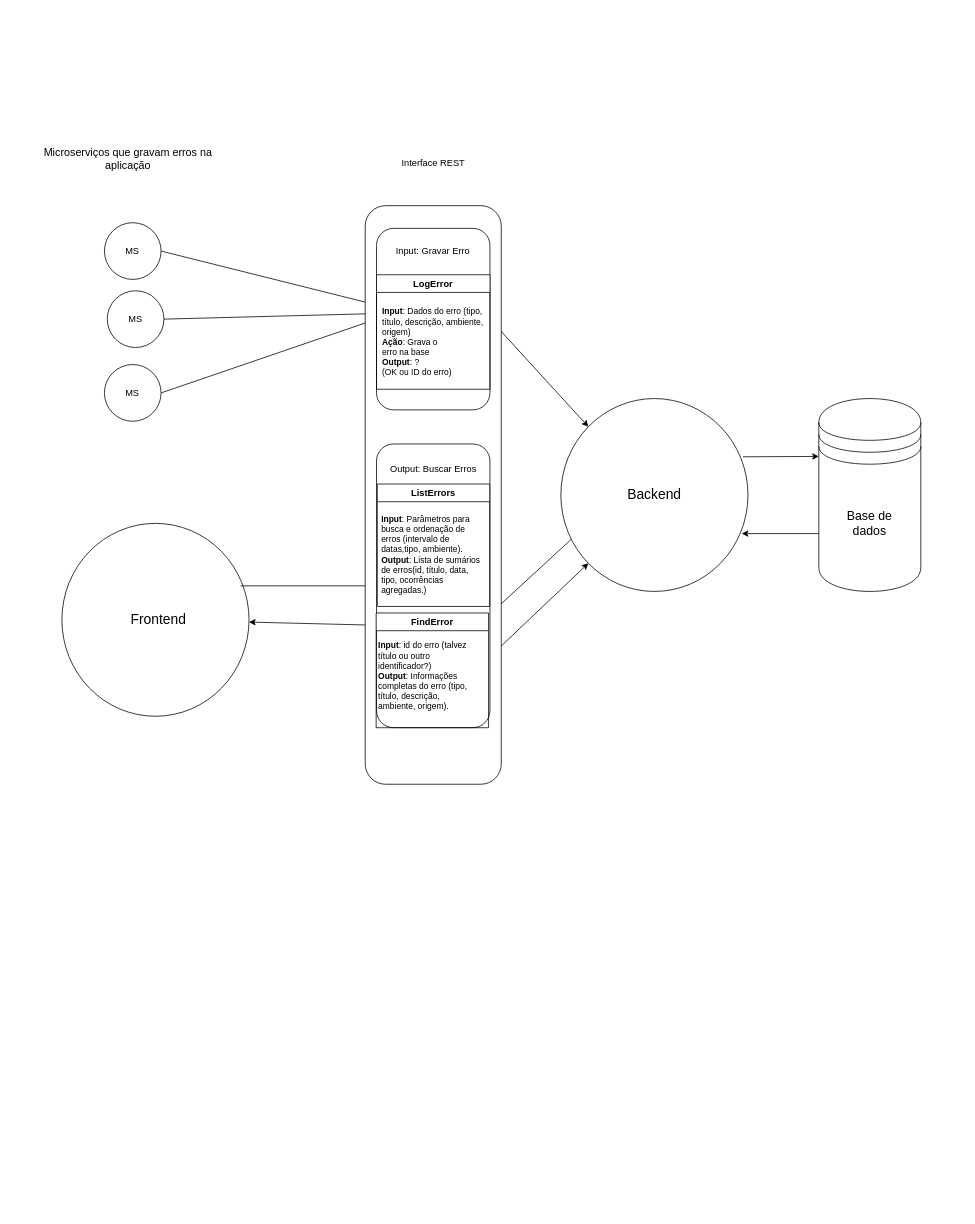
Above: errorlogger/src/docs/diagrama.drawio in codenation-dev/squad-3-ad-java-softplan-1 (draw.io), before the change. Source tidied: cells renumbered, new cells numbered last; positions are measured from the earlier drawing's top-left corner, leaving out a move shared by most shapes. Both pictures are drawn from the tidied source at 77%, with x=0, y=0 at pixel (13, 13).
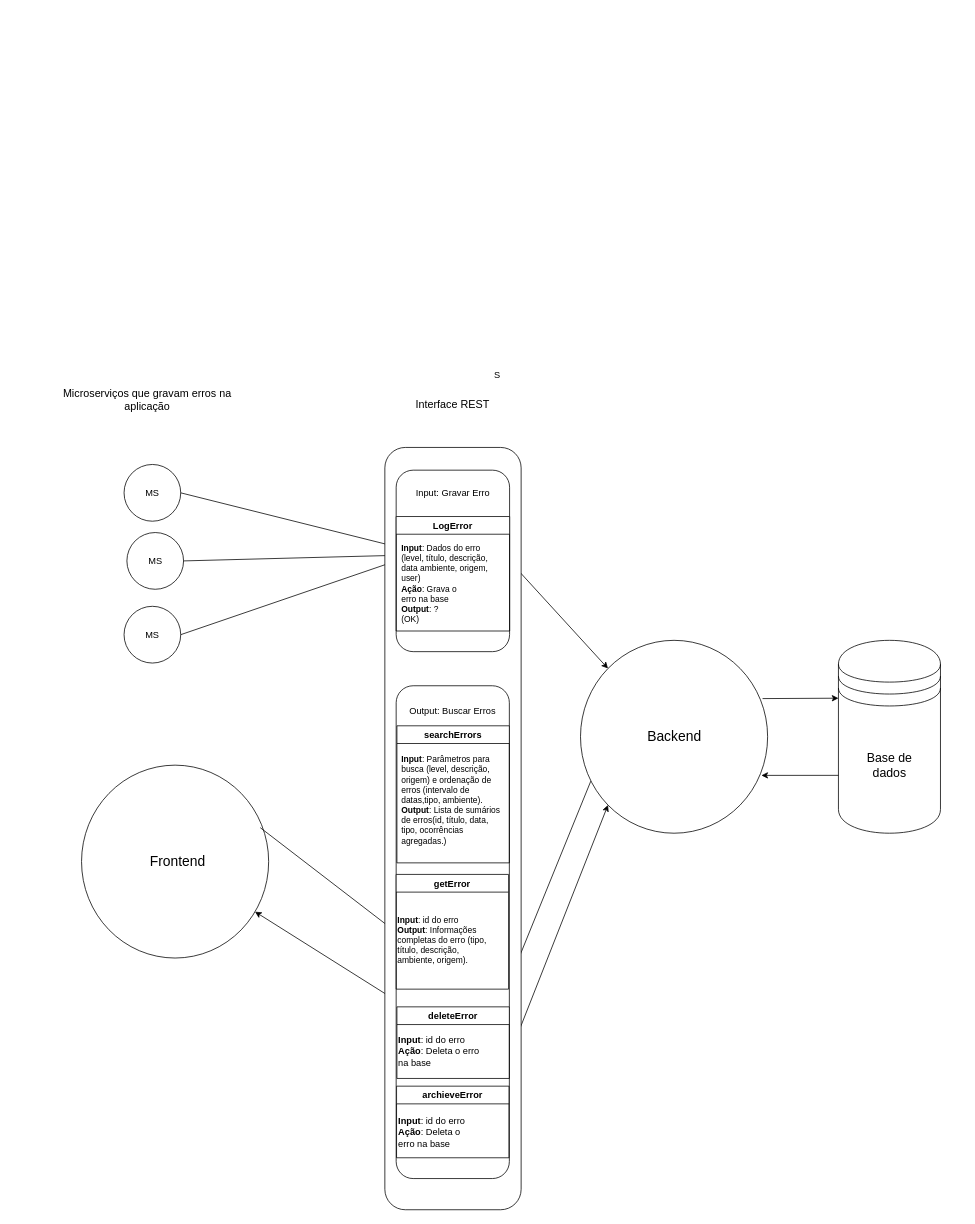
Above is the later version.

Commit message (it also covers changes not shown here):
Specify further API methods outline. Update documentation diagram.

Diff of the diagram source:
```diff
@@
     <mxCell id="2" style="group;" parent="1" vertex="1">
-      <mxGeometry x="1" width="1205" height="1043" as="geometry" />
+      <mxGeometry x="1" width="1205" height="1239.7" as="geometry" />
     </mxCell>
     <mxCell id="3" style="group;" parent="2" vertex="1">
-      <mxGeometry x="50" y="159" width="1155" height="884" as="geometry" />
+      <mxGeometry x="50" y="159" width="1155" height="1080.6" as="geometry" />
     </mxCell>
     <mxCell id="4" style="group;" parent="3" vertex="1">
-      <mxGeometry width="1155" height="884" as="geometry" />
+      <mxGeometry width="1155" height="1080.6" as="geometry" />
     </mxCell>
     <mxCell id="5" style="group;" parent="4" vertex="1">
-      <mxGeometry width="1155" height="884" as="geometry" />
+      <mxGeometry width="1155" height="1080.6" as="geometry" />
     </mxCell>
     <mxCell id="6" style="group;" parent="5" vertex="1">
-      <mxGeometry width="1155" height="870" as="geometry" />
+      <mxGeometry width="1155" height="1080.6" as="geometry" />
     </mxCell>
-    <mxCell id="7" style="group;" parent="6" vertex="1">
-      <mxGeometry x="-51" y="-17" width="1206" height="887" as="geometry" />
+    <mxCell id="7" value="S" style="group;" parent="6" vertex="1">
+      <mxGeometry x="-25.5" y="297" width="1206" height="1097.6" as="geometry" />
     </mxCell>
     <mxCell id="8" style="group;" parent="7" vertex="1">
-      <mxGeometry x="16.5" y="4.5" width="1161.9" height="854.6" as="geometry" />
+      <mxGeometry x="16.5" y="4.5" width="1161.9" height="1093.1" as="geometry" />
     </mxCell>
     <mxCell id="9" style="group;" parent="8" vertex="1">
-      <mxGeometry width="1161.9" height="854.6" as="geometry" />
+      <mxGeometry width="1161.9" height="1093.1" as="geometry" />
     </mxCell>
     <mxCell id="10" style="group;" parent="9" vertex="1">
-      <mxGeometry width="1161.9" height="854.6" as="geometry" />
+      <mxGeometry width="1161.9" height="1093.1" as="geometry" />
     </mxCell>
@@
-    <mxCell id="47" value="&lt;div&gt;Interface REST&lt;/div&gt;" style="text;html=1;strokeColor=none;fillColor=none;align=center;verticalAlign=middle;whiteSpace=wrap;rounded=0;" parent="10" vertex="1">
+    <mxCell id="47" value="&lt;div style=&quot;font-size: 14px&quot;&gt;Interface REST&lt;/div&gt;" style="text;html=1;strokeColor=none;fillColor=none;align=center;verticalAlign=middle;whiteSpace=wrap;rounded=0;" parent="10" vertex="1">
       <mxGeometry x="462.4" y="22.1" width="132.5" height="51.6" as="geometry" />
     </mxCell>
     <mxCell id="48" style="group;" parent="10" vertex="1">
-      <mxGeometry x="440.3" y="103.1" width="268.5" height="751.4" as="geometry" />
+      <mxGeometry x="440.3" y="103.1" width="655.7" height="990" as="geometry" />
     </mxCell>
-    <mxCell id="49" style="rounded=1;whiteSpace=wrap;html=1;" parent="48" vertex="1">
-      <mxGeometry width="176.7" height="751.4" as="geometry" />
+    <mxCell id="49" style="rounded=1;whiteSpace=wrap;html=1;fillColor=#ffffff;" parent="48" vertex="1">
+      <mxGeometry width="177" height="990" as="geometry" />
     </mxCell>
     <mxCell id="50" style="group;" parent="48" vertex="1">
-      <mxGeometry x="14.7" y="29.5" width="253.7" height="648.3" as="geometry" />
+      <mxGeometry x="14.7" y="29.5" width="640.9" height="920" as="geometry" />
     </mxCell>
@@
     <mxCell id="52" style="rounded=1;whiteSpace=wrap;html=1;" parent="50" vertex="1">
-      <mxGeometry y="280" width="147.3" height="368.4" as="geometry" />
+      <mxGeometry y="280" width="147" height="640" as="geometry" />
     </mxCell>
@@
-    <mxCell id="56" value="ListErrors" style="swimlane;" parent="50" vertex="1">
-      <mxGeometry x="1" y="332" width="146" height="159" as="geometry" />
+    <mxCell id="56" value="searchErrors" style="swimlane;" parent="50" vertex="1">
+      <mxGeometry x="1" y="332" width="146" height="178" as="geometry" />
     </mxCell>
-    <mxCell id="57" value="&lt;div style=&quot;font-size: 11px&quot; align=&quot;left&quot;&gt;&lt;font style=&quot;font-size: 11px&quot;&gt;&lt;b&gt;Input&lt;/b&gt;: Parâmetros para busca e ordenação de erros (intervalo de datas,tipo, ambiente).&lt;/font&gt;&lt;/div&gt;&lt;div style=&quot;font-size: 11px&quot; align=&quot;left&quot;&gt;&lt;font style=&quot;font-size: 11px&quot;&gt;&lt;b&gt;Output&lt;/b&gt;: Lista de sumários de erros(id, título, data, tipo, ocorrências agregadas.)&lt;br&gt;&lt;/font&gt; &lt;/div&gt;" style="text;html=1;strokeColor=none;fillColor=none;align=left;verticalAlign=middle;whiteSpace=wrap;rounded=0;" parent="56" vertex="1">
-      <mxGeometry x="3.5" y="32.5" width="138" height="119" as="geometry" />
+    <mxCell id="57" value="&lt;div style=&quot;font-size: 11px&quot; align=&quot;left&quot;&gt;&lt;font style=&quot;font-size: 11px&quot;&gt;&lt;b&gt;Input&lt;/b&gt;: Parâmetros para busca (level, descrição, origem) e ordenação de erros (intervalo de datas,tipo, ambiente).&lt;/font&gt;&lt;/div&gt;&lt;div style=&quot;font-size: 11px&quot; align=&quot;left&quot;&gt;&lt;font style=&quot;font-size: 11px&quot;&gt;&lt;b&gt;Output&lt;/b&gt;: Lista de sumários de erros(id, título, data, tipo, ocorrências agregadas.)&lt;br&gt;&lt;/font&gt; &lt;/div&gt;" style="text;html=1;strokeColor=none;fillColor=none;align=left;verticalAlign=middle;whiteSpace=wrap;rounded=0;" parent="56" vertex="1">
+      <mxGeometry x="4" y="33" width="138" height="127" as="geometry" />
     </mxCell>
-    <mxCell id="58" value="FindError" style="swimlane;" parent="50" vertex="1">
-      <mxGeometry x="-0.5" y="499.5" width="146" height="149" as="geometry" />
+    <mxCell id="58" value="getError" style="swimlane;" parent="50" vertex="1">
+      <mxGeometry y="525" width="146" height="149" as="geometry" />
     </mxCell>
-    <mxCell id="59" value="&lt;div style=&quot;font-size: 11px&quot; align=&quot;left&quot;&gt;&lt;font style=&quot;font-size: 11px&quot;&gt;&lt;b&gt;Input&lt;/b&gt;: Dados do erro (tipo, título, descrição, ambiente, origem)&lt;br&gt;&lt;/font&gt;&lt;/div&gt;&lt;div style=&quot;font-size: 11px&quot; align=&quot;left&quot;&gt;&lt;font style=&quot;font-size: 11px&quot;&gt;&lt;b&gt;Ação&lt;/b&gt;: Grava o &lt;br&gt;&lt;/font&gt;&lt;/div&gt;&lt;div style=&quot;font-size: 11px&quot; align=&quot;left&quot;&gt;&lt;font style=&quot;font-size: 11px&quot;&gt;erro na base&lt;/font&gt;&lt;/div&gt;&lt;div style=&quot;font-size: 11px&quot; align=&quot;left&quot;&gt;&lt;font style=&quot;font-size: 11px&quot;&gt;&lt;b&gt;Output&lt;/b&gt;: ? &lt;br&gt;&lt;/font&gt;&lt;/div&gt;&lt;div style=&quot;font-size: 11px&quot; align=&quot;left&quot;&gt;&lt;font style=&quot;font-size: 11px&quot;&gt;(OK ou ID do erro)&lt;br&gt;&lt;/font&gt;&lt;/div&gt;" style="text;html=1;strokeColor=none;fillColor=none;align=left;verticalAlign=middle;whiteSpace=wrap;rounded=0;" parent="50" vertex="1">
+    <mxCell id="59" value="&lt;div style=&quot;font-size: 11px&quot; align=&quot;left&quot;&gt;&lt;font style=&quot;font-size: 11px&quot;&gt;&lt;b&gt;Input&lt;/b&gt;: Dados do erro (level, título, descrição, data ambiente, origem, user)&lt;br&gt;&lt;/font&gt;&lt;/div&gt;&lt;div style=&quot;font-size: 11px&quot; align=&quot;left&quot;&gt;&lt;font style=&quot;font-size: 11px&quot;&gt;&lt;b&gt;Ação&lt;/b&gt;: Grava o &lt;br&gt;&lt;/font&gt;&lt;/div&gt;&lt;div style=&quot;font-size: 11px&quot; align=&quot;left&quot;&gt;&lt;font style=&quot;font-size: 11px&quot;&gt;erro na base&lt;/font&gt;&lt;/div&gt;&lt;div style=&quot;font-size: 11px&quot; align=&quot;left&quot;&gt;&lt;font style=&quot;font-size: 11px&quot;&gt;&lt;b&gt;Output&lt;/b&gt;: ? &lt;br&gt;&lt;/font&gt;&lt;/div&gt;&lt;div style=&quot;font-size: 11px&quot; align=&quot;left&quot;&gt;&lt;font style=&quot;font-size: 11px&quot;&gt;(OK)&lt;br&gt;&lt;/font&gt;&lt;/div&gt;" style="text;html=1;strokeColor=none;fillColor=none;align=left;verticalAlign=middle;whiteSpace=wrap;rounded=0;" parent="50" vertex="1">
       <mxGeometry x="5" y="85" width="136" height="126" as="geometry" />
     </mxCell>
-    <mxCell id="60" value="&lt;div style=&quot;font-size: 11px&quot; align=&quot;left&quot;&gt;&lt;font style=&quot;font-size: 11px&quot;&gt;&lt;b&gt;Input&lt;/b&gt;: id do erro (talvez título ou outro identificador?)&lt;/font&gt;&lt;/div&gt;&lt;div style=&quot;font-size: 11px&quot; align=&quot;left&quot;&gt;&lt;font style=&quot;font-size: 11px&quot;&gt;&lt;b&gt;Output&lt;/b&gt;: Informações completas do erro (tipo, título, descrição, ambiente, origem). &lt;br&gt;&lt;/font&gt;&lt;/div&gt;" style="text;html=1;strokeColor=none;fillColor=none;align=left;verticalAlign=middle;whiteSpace=wrap;rounded=0;" parent="50" vertex="1">
-      <mxGeometry y="524" width="130" height="116" as="geometry" />
+    <mxCell id="60" value="&lt;div style=&quot;font-size: 11px&quot; align=&quot;left&quot;&gt;&lt;font style=&quot;font-size: 11px&quot;&gt;&lt;b&gt;Input&lt;/b&gt;: id do erro&lt;br&gt;&lt;/font&gt;&lt;/div&gt;&lt;div style=&quot;font-size: 11px&quot; align=&quot;left&quot;&gt;&lt;font style=&quot;font-size: 11px&quot;&gt;&lt;b&gt;Output&lt;/b&gt;: Informações completas do erro (tipo, título, descrição, ambiente, origem). &lt;br&gt;&lt;/font&gt;&lt;/div&gt;" style="text;html=1;strokeColor=none;fillColor=none;align=left;verticalAlign=middle;whiteSpace=wrap;rounded=0;" parent="50" vertex="1">
+      <mxGeometry y="548" width="130" height="126" as="geometry" />
     </mxCell>
+    <mxCell id="61" value="deleteError" style="swimlane;" parent="50" vertex="1">
+      <mxGeometry x="1" y="697" width="146" height="93" as="geometry" />
+    </mxCell>
+    <mxCell id="62" value="&lt;div align=&quot;justify&quot;&gt;&lt;b&gt;Input&lt;/b&gt;: id do erro&lt;/div&gt;&lt;div align=&quot;justify&quot;&gt;&lt;b&gt;Ação&lt;/b&gt;: Deleta o erro &lt;br&gt;&lt;/div&gt;&lt;div align=&quot;justify&quot;&gt;na base&lt;/div&gt;&lt;div align=&quot;justify&quot;&gt;&lt;br&gt;&lt;/div&gt;" style="text;html=1;" parent="50" vertex="1">
+      <mxGeometry x="1" y="727" width="139" height="53" as="geometry" />
+    </mxCell>
+    <mxCell id="63" value="archieveError" style="swimlane;" parent="50" vertex="1">
+      <mxGeometry x="0.5" y="800" width="146" height="93" as="geometry" />
+    </mxCell>
+    <mxCell id="64" value="&lt;div&gt;&lt;b&gt;Input&lt;/b&gt;: id do erro&lt;/div&gt;&lt;div&gt;&lt;b&gt;Ação&lt;/b&gt;: Deleta o&lt;/div&gt;&lt;div&gt; erro na base&lt;/div&gt;" style="text;html=1;" parent="1" vertex="1">
+      <mxGeometry x="498" y="1425" width="147" height="55" as="geometry" />
+    </mxCell>
```
